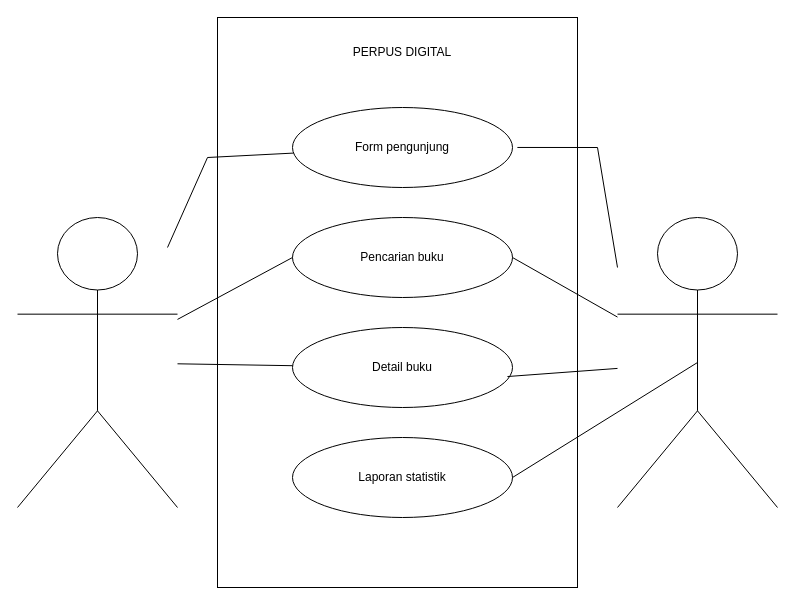
Above: Use-Case-Diagram-Perpus-Digital.draw.io.drawio in Ardiansyah05/Tepa (draw.io), before the change. Source tidied: cells renumbered, new cells numbered last; positions are measured from the earlier drawing's top-left corner, leaving out a move shared by most shapes. Both pictures are drawn from the tidied source at 100%, with x=0, y=0 at pixel (17, 17).
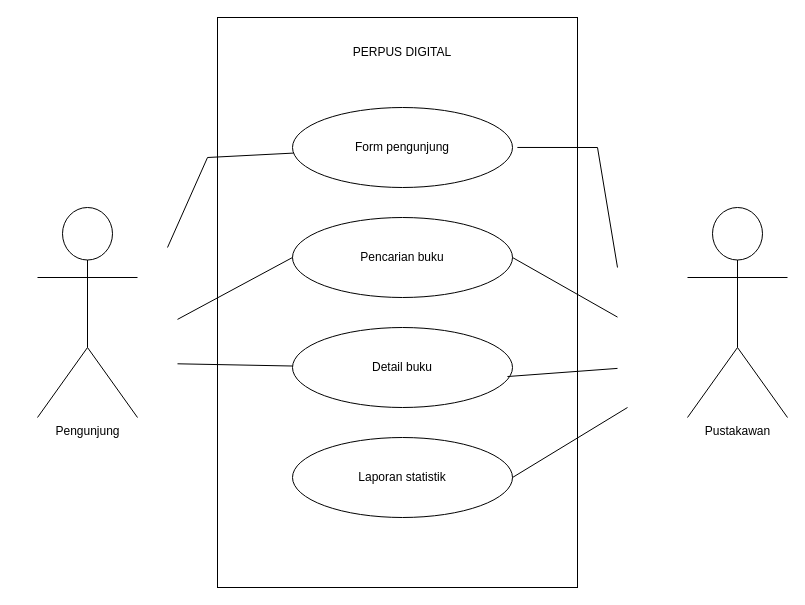
The same diagram, later.

The change refers to these unchanged cells:
```xml
<mxCell id="7" value="Pencarian buku" style="ellipse;whiteSpace=wrap;html=1;" parent="1" vertex="1">
  <mxGeometry x="275" y="200" width="220" height="80" as="geometry" />
</mxCell>
<mxCell id="8" value="Detail buku" style="ellipse;whiteSpace=wrap;html=1;" parent="1" vertex="1">
  <mxGeometry x="275" y="310" width="220" height="80" as="geometry" />
</mxCell>
<mxCell id="9" value="Laporan statistik" style="ellipse;whiteSpace=wrap;html=1;" parent="1" vertex="1">
  <mxGeometry x="275" y="420" width="220" height="80" as="geometry" />
</mxCell>
```

What changed in the source:
```diff
@@
-    <mxCell id="2" style="shape=umlActor;verticalLabelPosition=bottom;verticalAlign=top;html=1;outlineConnect=0;" parent="1" vertex="1">
-      <mxGeometry y="200" width="160" height="290" as="geometry" />
-    </mxCell>
-    <mxCell id="3" style="shape=umlActor;verticalLabelPosition=bottom;verticalAlign=top;html=1;outlineConnect=0;" parent="1" vertex="1">
-      <mxGeometry x="600" y="200" width="160" height="290" as="geometry" />
-    </mxCell>
@@
-    <mxCell id="12" style="endArrow=none;html=1;rounded=0;entryX=0;entryY=0.5;entryDx=0;entryDy=0;" parent="1" edge="1" source="2" target="7">
-      <mxGeometry relative="1" as="geometry" />
+    <mxCell id="12" style="endArrow=none;html=1;rounded=0;entryX=0;entryY=0.5;entryDx=0;entryDy=0;" parent="1" edge="1" target="7">
+      <mxGeometry relative="1" as="geometry">
+        <mxPoint x="160" y="301.9" as="sourcePoint" />
+      </mxGeometry>
     </mxCell>
-    <mxCell id="13" style="endArrow=none;html=1;rounded=0;" parent="1" edge="1" source="2" target="8">
-      <mxGeometry relative="1" as="geometry" />
+    <mxCell id="13" style="endArrow=none;html=1;rounded=0;" parent="1" edge="1" target="8">
+      <mxGeometry relative="1" as="geometry">
+        <mxPoint x="160" y="346.3" as="sourcePoint" />
+      </mxGeometry>
     </mxCell>
-    <mxCell id="14" style="endArrow=none;html=1;rounded=0;exitX=1;exitY=0.5;exitDx=0;exitDy=0;entryX=0.5;entryY=0.5;entryDx=0;entryDy=0;entryPerimeter=0;" parent="1" edge="1" source="9" target="3">
-      <mxGeometry relative="1" as="geometry" />
+    <mxCell id="14" style="endArrow=none;html=1;rounded=0;exitX=1;exitY=0.5;exitDx=0;exitDy=0;" parent="1" edge="1" source="9">
+      <mxGeometry relative="1" as="geometry">
+        <mxPoint x="610" y="390" as="targetPoint" />
+      </mxGeometry>
     </mxCell>
-    <mxCell id="15" style="endArrow=none;html=1;rounded=0;exitX=0.977;exitY=0.613;exitDx=0;exitDy=0;exitPerimeter=0;" parent="1" edge="1" source="8" target="3">
-      <mxGeometry relative="1" as="geometry" />
+    <mxCell id="15" style="endArrow=none;html=1;rounded=0;exitX=0.977;exitY=0.613;exitDx=0;exitDy=0;exitPerimeter=0;" parent="1" edge="1" source="8">
+      <mxGeometry relative="1" as="geometry">
+        <mxPoint x="600" y="350.9" as="targetPoint" />
+      </mxGeometry>
     </mxCell>
-    <mxCell id="16" style="endArrow=none;html=1;rounded=0;exitX=1;exitY=0.5;exitDx=0;exitDy=0;" parent="1" edge="1" source="7" target="3">
-      <mxGeometry relative="1" as="geometry" />
+    <mxCell id="16" style="endArrow=none;html=1;rounded=0;exitX=1;exitY=0.5;exitDx=0;exitDy=0;" parent="1" edge="1" source="7">
+      <mxGeometry relative="1" as="geometry">
+        <mxPoint x="600" y="299.6" as="targetPoint" />
+      </mxGeometry>
     </mxCell>
@@
+    <mxCell id="19" value="Pengunjung" style="shape=umlActor;verticalLabelPosition=bottom;verticalAlign=top;html=1;" parent="1" vertex="1">
+      <mxGeometry x="20" y="190" width="100" height="210" as="geometry" />
+    </mxCell>
+    <mxCell id="20" value="Pustakawan" style="shape=umlActor;verticalLabelPosition=bottom;verticalAlign=top;html=1;" parent="1" vertex="1">
+      <mxGeometry x="670" y="190" width="100" height="210" as="geometry" />
+    </mxCell>
```
